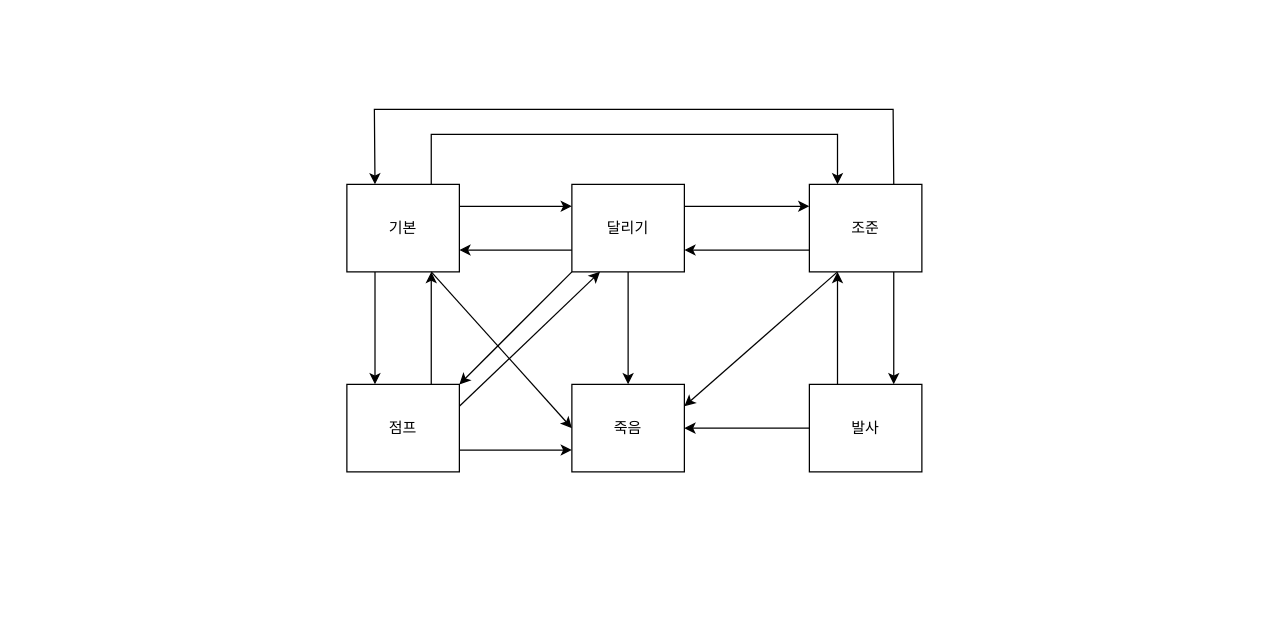
FChaGD/ProjectUnreal keeps this draw.io diagram as 기획/자료/캐릭터 상태머신.drawio. Above is the earlier version. Source tidied: cells renumbered, new cells numbered last; positions are measured from the earlier drawing's top-left corner, leaving out a move shared by most shapes. Both pictures are drawn from the tidied source at 125%, with x=0, y=0 at pixel (346, 109).
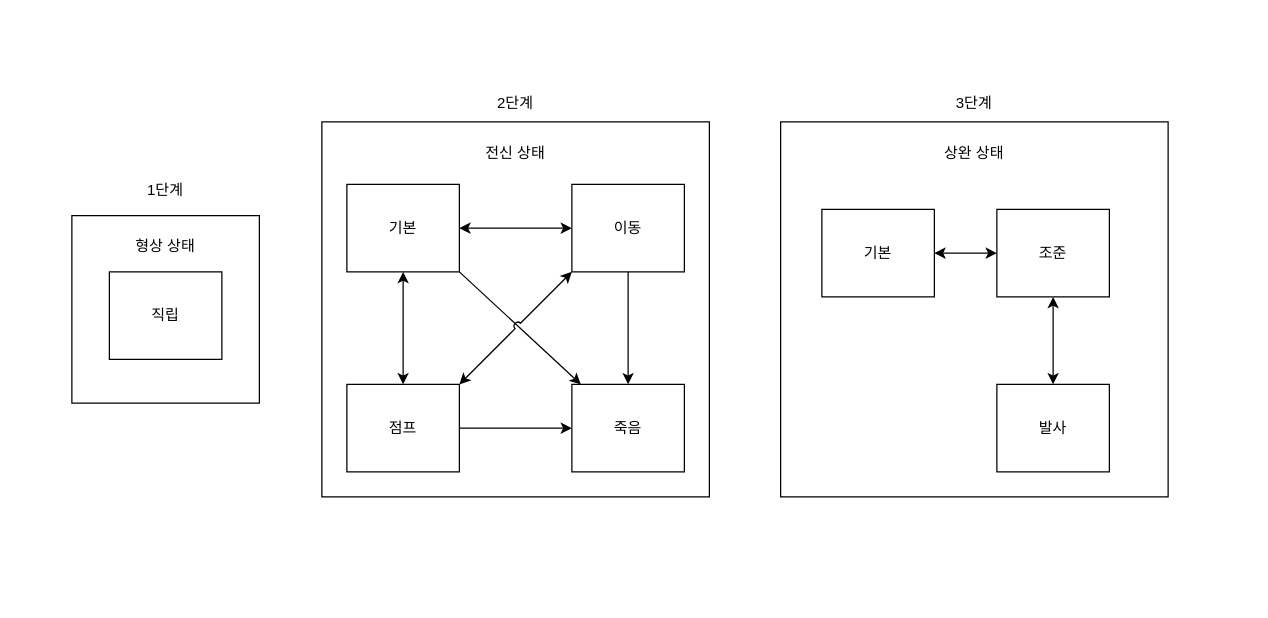
After the change.

Unchanged cells that the change refers to:
```xml
<mxCell id="3" value="기본" style="rounded=0;whiteSpace=wrap;html=1;" parent="1" vertex="1">
  <mxGeometry y="60" width="90" height="70" as="geometry" />
</mxCell>
<mxCell id="6" value="죽음" style="rounded=0;whiteSpace=wrap;html=1;" parent="1" vertex="1">
  <mxGeometry x="180" y="220" width="90" height="70" as="geometry" />
</mxCell>
<mxCell id="20" value="점프" style="rounded=0;whiteSpace=wrap;html=1;" parent="1" vertex="1">
  <mxGeometry y="220" width="90" height="70" as="geometry" />
</mxCell>
```

What changed in the source:
```diff
@@
-    <mxCell id="2" style="edgeStyle=orthogonalEdgeStyle;rounded=0;jettySize=auto;html=1;exitX=0.25;exitY=1;exitDx=0;exitDy=0;entryX=0.25;entryY=0;entryDx=0;entryDy=0;" parent="1" edge="1" source="3" target="20">
-      <mxGeometry relative="1" as="geometry" />
-    </mxCell>
+    <mxCell id="25" style="rounded=0;whiteSpace=wrap;html=1;fillColor=none;strokeColor=none;" parent="1" vertex="1">
+      <mxGeometry x="-260" y="-70" width="980" height="460" as="geometry" />
+    </mxCell>
+    <mxCell id="26" style="rounded=0;whiteSpace=wrap;html=1;" parent="1" vertex="1">
+      <mxGeometry x="347" y="10" width="310" height="300" as="geometry" />
+    </mxCell>
+    <mxCell id="27" value="상완 상태" style="text;html=1;align=center;verticalAlign=middle;whiteSpace=wrap;rounded=0;" parent="1" vertex="1">
+      <mxGeometry x="437" y="20" width="130" height="30" as="geometry" />
+    </mxCell>
+    <mxCell id="28" style="rounded=0;whiteSpace=wrap;html=1;" parent="1" vertex="1">
+      <mxGeometry x="-20" y="10" width="310" height="300" as="geometry" />
+    </mxCell>
@@
     <mxCell id="4" value="조준" style="rounded=0;whiteSpace=wrap;html=1;" parent="1" vertex="1">
-      <mxGeometry x="370" y="60" width="90" height="70" as="geometry" />
+      <mxGeometry x="520" y="80" width="90" height="70" as="geometry" />
     </mxCell>
-    <mxCell id="5" style="edgeStyle=orthogonalEdgeStyle;rounded=0;jettySize=auto;html=1;exitX=0.75;exitY=0;exitDx=0;exitDy=0;entryX=0.25;entryY=0;entryDx=0;entryDy=0;" parent="1" edge="1" source="3" target="4">
-      <mxGeometry relative="1" as="geometry">
-        <Array as="points">
-          <mxPoint x="68" y="20" />
-          <mxPoint x="393" y="20" />
-        </Array>
-      </mxGeometry>
-    </mxCell>
@@
-    <mxCell id="7" value="달리기" style="rounded=0;whiteSpace=wrap;html=1;" parent="1" vertex="1">
+    <mxCell id="7" value="이동" style="rounded=0;whiteSpace=wrap;html=1;" parent="1" vertex="1">
       <mxGeometry x="180" y="60" width="90" height="70" as="geometry" />
     </mxCell>
     <mxCell id="8" value="발사" style="rounded=0;whiteSpace=wrap;html=1;" parent="1" vertex="1">
-      <mxGeometry x="370" y="220" width="90" height="70" as="geometry" />
+      <mxGeometry x="520" y="220" width="90" height="70" as="geometry" />
     </mxCell>
-    <mxCell id="9" style="endArrow=classic;html=1;rounded=0;exitX=1;exitY=0.25;exitDx=0;exitDy=0;entryX=0;entryY=0.25;entryDx=0;entryDy=0;" parent="1" edge="1" source="3" target="7">
+    <mxCell id="9" style="endArrow=classic;html=1;rounded=0;exitX=1;exitY=0.5;exitDx=0;exitDy=0;entryX=0;entryY=0.5;entryDx=0;entryDy=0;startArrow=classic;startFill=1;" parent="1" edge="1" source="3" target="7">
       <mxGeometry relative="1" as="geometry" />
     </mxCell>
-    <mxCell id="10" style="endArrow=classic;html=1;rounded=0;exitX=0;exitY=0.75;exitDx=0;exitDy=0;entryX=1;entryY=0.75;entryDx=0;entryDy=0;" parent="1" edge="1" source="7" target="3">
-      <mxGeometry relative="1" as="geometry" />
-    </mxCell>
@@
-    <mxCell id="12" style="endArrow=classic;html=1;rounded=0;exitX=0.75;exitY=1;exitDx=0;exitDy=0;entryX=0;entryY=0.5;entryDx=0;entryDy=0;" parent="1" edge="1" source="3" target="6">
+    <mxCell id="12" style="endArrow=classic;html=1;rounded=0;exitX=1;exitY=1;exitDx=0;exitDy=0;" parent="1" edge="1" source="3" target="6">
       <mxGeometry relative="1" as="geometry" />
     </mxCell>
-    <mxCell id="13" style="endArrow=classic;html=1;rounded=0;exitX=1;exitY=0.25;exitDx=0;exitDy=0;entryX=0;entryY=0.25;entryDx=0;entryDy=0;" parent="1" edge="1" source="7" target="4">
-      <mxGeometry relative="1" as="geometry" />
-    </mxCell>
-    <mxCell id="14" style="endArrow=classic;html=1;rounded=0;exitX=0;exitY=0.75;exitDx=0;exitDy=0;entryX=1;entryY=0.75;entryDx=0;entryDy=0;" parent="1" edge="1" source="4" target="7">
-      <mxGeometry relative="1" as="geometry" />
-    </mxCell>
-    <mxCell id="15" style="endArrow=classic;html=1;rounded=0;exitX=0.25;exitY=1;exitDx=0;exitDy=0;entryX=1;entryY=0.25;entryDx=0;entryDy=0;" parent="1" edge="1" source="4" target="6">
-      <mxGeometry relative="1" as="geometry" />
-    </mxCell>
-    <mxCell id="16" style="endArrow=classic;html=1;rounded=0;exitX=0.75;exitY=1;exitDx=0;exitDy=0;entryX=0.75;entryY=0;entryDx=0;entryDy=0;" parent="1" edge="1" source="4" target="8">
+    <mxCell id="16" style="endArrow=classic;html=1;rounded=0;exitX=0.5;exitY=1;exitDx=0;exitDy=0;entryX=0.5;entryY=0;entryDx=0;entryDy=0;startArrow=classic;startFill=1;" parent="1" edge="1" source="4" target="8">
       <mxGeometry relative="1" as="geometry" />
     </mxCell>
-    <mxCell id="17" style="endArrow=classic;html=1;rounded=0;entryX=0.25;entryY=1;entryDx=0;entryDy=0;exitX=0.25;exitY=0;exitDx=0;exitDy=0;" parent="1" edge="1" source="8" target="4">
-      <mxGeometry relative="1" as="geometry" />
-    </mxCell>
-    <mxCell id="18" style="endArrow=classic;html=1;rounded=0;exitX=0.75;exitY=0;exitDx=0;exitDy=0;entryX=0.25;entryY=0;entryDx=0;entryDy=0;" parent="1" edge="1" source="4" target="3">
-      <mxGeometry relative="1" as="geometry">
-        <Array as="points">
-          <mxPoint x="437" />
-          <mxPoint x="22" />
-        </Array>
-      </mxGeometry>
-    </mxCell>
-    <mxCell id="19" style="endArrow=classic;html=1;rounded=0;entryX=1;entryY=0.5;entryDx=0;entryDy=0;exitX=0;exitY=0.5;exitDx=0;exitDy=0;" parent="1" edge="1" source="8" target="6">
-      <mxGeometry relative="1" as="geometry" />
-    </mxCell>
@@
-    <mxCell id="21" style="edgeStyle=orthogonalEdgeStyle;rounded=0;jettySize=auto;html=1;exitX=0.75;exitY=0;exitDx=0;exitDy=0;entryX=0.75;entryY=1;entryDx=0;entryDy=0;" parent="1" edge="1" source="20" target="3">
+    <mxCell id="21" style="edgeStyle=orthogonalEdgeStyle;rounded=0;jettySize=auto;html=1;exitX=0.5;exitY=0;exitDx=0;exitDy=0;entryX=0.5;entryY=1;entryDx=0;entryDy=0;startArrow=classic;startFill=1;" parent="1" edge="1" source="20" target="3">
       <mxGeometry relative="1" as="geometry" />
     </mxCell>
-    <mxCell id="22" style="endArrow=classic;html=1;rounded=0;exitX=1;exitY=0.75;exitDx=0;exitDy=0;entryX=0;entryY=0.75;entryDx=0;entryDy=0;" parent="1" edge="1" source="20" target="6">
+    <mxCell id="22" style="endArrow=classic;html=1;rounded=0;exitX=1;exitY=0.5;exitDx=0;exitDy=0;entryX=0;entryY=0.5;entryDx=0;entryDy=0;" parent="1" edge="1" source="20" target="6">
       <mxGeometry relative="1" as="geometry" />
     </mxCell>
-    <mxCell id="23" style="endArrow=classic;html=1;rounded=0;exitX=0;exitY=1;exitDx=0;exitDy=0;entryX=1;entryY=0;entryDx=0;entryDy=0;" parent="1" edge="1" source="7" target="20">
+    <mxCell id="23" style="endArrow=classic;html=1;rounded=0;exitX=0;exitY=1;exitDx=0;exitDy=0;entryX=1;entryY=0;entryDx=0;entryDy=0;startArrow=classic;startFill=1;jumpStyle=arc;" parent="1" edge="1" source="7" target="20">
       <mxGeometry relative="1" as="geometry" />
     </mxCell>
-    <mxCell id="24" style="endArrow=classic;html=1;rounded=0;exitX=1;exitY=0.25;exitDx=0;exitDy=0;entryX=0.25;entryY=1;entryDx=0;entryDy=0;" parent="1" edge="1" source="20" target="7">
-      <mxGeometry relative="1" as="geometry" />
-    </mxCell>
+    <mxCell id="29" value="전신 상태" style="text;html=1;align=center;verticalAlign=middle;whiteSpace=wrap;rounded=0;" parent="1" vertex="1">
+      <mxGeometry x="70" y="20" width="130" height="30" as="geometry" />
+    </mxCell>
+    <mxCell id="30" value="기본" style="rounded=0;whiteSpace=wrap;html=1;" parent="1" vertex="1">
+      <mxGeometry x="380" y="80" width="90" height="70" as="geometry" />
+    </mxCell>
+    <mxCell id="31" style="endArrow=classic;html=1;rounded=0;exitX=1;exitY=0.5;exitDx=0;exitDy=0;entryX=0;entryY=0.5;entryDx=0;entryDy=0;startArrow=classic;startFill=1;" parent="1" edge="1" source="30" target="4">
+      <mxGeometry relative="1" as="geometry" />
+    </mxCell>
+    <mxCell id="32" style="rounded=0;whiteSpace=wrap;html=1;" parent="1" vertex="1">
+      <mxGeometry x="-220" y="85" width="150" height="150" as="geometry" />
+    </mxCell>
+    <mxCell id="33" value="직립" style="rounded=0;whiteSpace=wrap;html=1;" parent="1" vertex="1">
+      <mxGeometry x="-190" y="130" width="90" height="70" as="geometry" />
+    </mxCell>
+    <mxCell id="34" value="형상 상태" style="text;html=1;align=center;verticalAlign=middle;whiteSpace=wrap;rounded=0;" parent="1" vertex="1">
+      <mxGeometry x="-210" y="95" width="130" height="30" as="geometry" />
+    </mxCell>
+    <mxCell id="35" value="1단계" style="text;html=1;align=center;verticalAlign=middle;whiteSpace=wrap;rounded=0;" parent="1" vertex="1">
+      <mxGeometry x="-175" y="50" width="60" height="30" as="geometry" />
+    </mxCell>
+    <mxCell id="36" value="2단계" style="text;html=1;align=center;verticalAlign=middle;whiteSpace=wrap;rounded=0;" parent="1" vertex="1">
+      <mxGeometry x="105" y="-20" width="60" height="30" as="geometry" />
+    </mxCell>
+    <mxCell id="37" value="3단계" style="text;html=1;align=center;verticalAlign=middle;whiteSpace=wrap;rounded=0;" parent="1" vertex="1">
+      <mxGeometry x="472" y="-20" width="60" height="30" as="geometry" />
+    </mxCell>
```
